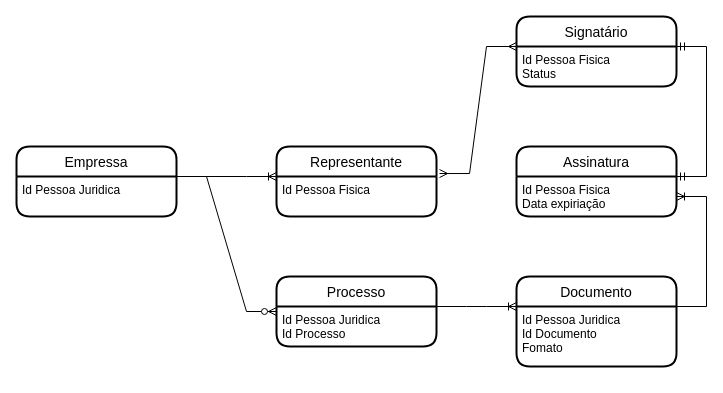
The draw.io diagram localstack/localstack-dynamodb-java/drawio/erd.drawio in jhegner/labs, before the edit. Source tidied: cells renumbered, new cells numbered last; positions are measured from the earlier drawing's top-left corner, leaving out a move shared by most shapes. Both pictures are drawn from the tidied source at 100%, with x=0, y=0 at pixel (16, 16).
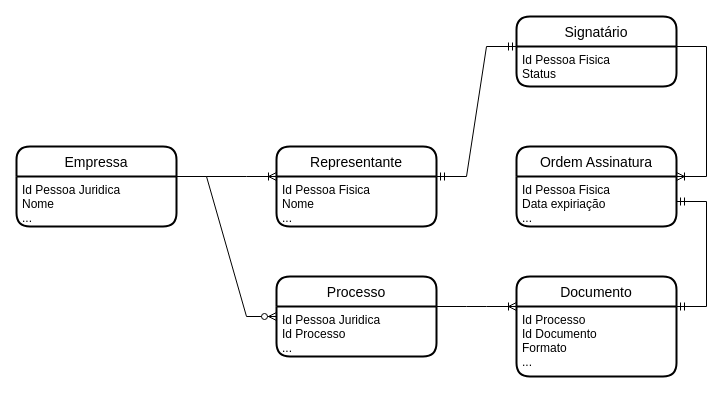
The same diagram, later.

Diff of the diagram source:
```diff
@@
 <mxGraphModel>
   <root>
     <mxCell id="0" />
     <mxCell id="1" parent="0" />
     <mxCell id="2" value="Empressa" style="swimlane;horizontal=1;startSize=30;rounded=1;fontSize=14;fontStyle=0;strokeWidth=2;shadow=0;dashed=0;align=center;" parent="1" vertex="1">
-      <mxGeometry y="130" width="160" height="70" as="geometry" />
+      <mxGeometry y="130" width="160" height="80" as="geometry" />
     </mxCell>
-    <mxCell id="3" value="Id Pessoa Juridica" style="align=left;strokeColor=none;fillColor=none;spacingLeft=4;fontSize=12;verticalAlign=top;" parent="2" vertex="1">
-      <mxGeometry y="30" width="160" height="40" as="geometry" />
+    <mxCell id="3" value="Id Pessoa Juridica&#10;Nome&#10;..." style="align=left;strokeColor=none;fillColor=none;spacingLeft=4;fontSize=12;verticalAlign=top;" parent="2" vertex="1">
+      <mxGeometry y="30" width="160" height="50" as="geometry" />
     </mxCell>
     <mxCell id="4" value="Representante" style="swimlane;horizontal=1;startSize=30;rounded=1;fontSize=14;fontStyle=0;strokeWidth=2;shadow=0;dashed=0;align=center;" parent="1" vertex="1">
-      <mxGeometry x="260" y="130" width="160" height="70" as="geometry" />
+      <mxGeometry x="260" y="130" width="160" height="80" as="geometry" />
     </mxCell>
-    <mxCell id="5" value="Id Pessoa Fisica" style="align=left;strokeColor=none;fillColor=none;spacingLeft=4;fontSize=12;verticalAlign=top;" parent="4" vertex="1">
-      <mxGeometry y="30" width="160" height="40" as="geometry" />
+    <mxCell id="5" value="Id Pessoa Fisica&#10;Nome&#10;..." style="align=left;strokeColor=none;fillColor=none;spacingLeft=4;fontSize=12;verticalAlign=top;" parent="4" vertex="1">
+      <mxGeometry y="30" width="160" height="50" as="geometry" />
     </mxCell>
     <mxCell id="6" style="edgeStyle=entityRelationEdgeStyle;fontSize=12;html=1;endArrow=ERoneToMany;rounded=0;entryX=0;entryY=0;entryDx=0;entryDy=0;exitX=1;exitY=0;exitDx=0;exitDy=0;" parent="1" edge="1" source="3" target="5">
       <mxGeometry relative="1" as="geometry" />
     </mxCell>
     <mxCell id="7" value="Processo" style="swimlane;horizontal=1;startSize=30;rounded=1;fontSize=14;fontStyle=0;strokeWidth=2;shadow=0;dashed=0;align=center;" parent="1" vertex="1">
-      <mxGeometry x="260" y="260" width="160" height="70" as="geometry" />
+      <mxGeometry x="260" y="260" width="160" height="80" as="geometry" />
     </mxCell>
-    <mxCell id="8" value="Id Pessoa Juridica&#10;Id Processo" style="align=left;strokeColor=none;fillColor=none;spacingLeft=4;fontSize=12;verticalAlign=top;" parent="7" vertex="1">
-      <mxGeometry y="30" width="160" height="40" as="geometry" />
+    <mxCell id="8" value="Id Pessoa Juridica&#10;Id Processo&#10;..." style="align=left;strokeColor=none;fillColor=none;spacingLeft=4;fontSize=12;verticalAlign=top;" parent="7" vertex="1">
+      <mxGeometry y="30" width="160" height="50" as="geometry" />
     </mxCell>
     <mxCell id="9" style="edgeStyle=entityRelationEdgeStyle;fontSize=12;html=1;endArrow=ERzeroToMany;endFill=1;rounded=0;entryX=0;entryY=0.5;entryDx=0;entryDy=0;exitX=1;exitY=0;exitDx=0;exitDy=0;" parent="1" edge="1" source="3" target="7">
       <mxGeometry relative="1" as="geometry" />
     </mxCell>
     <mxCell id="10" value="Documento" style="swimlane;horizontal=1;startSize=30;rounded=1;fontSize=14;fontStyle=0;strokeWidth=2;shadow=0;dashed=0;align=center;" parent="1" vertex="1">
-      <mxGeometry x="500" y="260" width="160" height="90" as="geometry" />
+      <mxGeometry x="500" y="260" width="160" height="100" as="geometry" />
     </mxCell>
-    <mxCell id="11" value="Id Pessoa Juridica&#10;Id Documento&#10;Fomato" style="align=left;strokeColor=none;fillColor=none;spacingLeft=4;fontSize=12;verticalAlign=top;" parent="10" vertex="1">
-      <mxGeometry y="30" width="160" height="60" as="geometry" />
+    <mxCell id="11" value="Id Processo&#10;Id Documento&#10;Formato&#10;..." style="align=left;strokeColor=none;fillColor=none;spacingLeft=4;fontSize=12;verticalAlign=top;" parent="10" vertex="1">
+      <mxGeometry y="30" width="160" height="70" as="geometry" />
     </mxCell>
     <mxCell id="12" style="edgeStyle=entityRelationEdgeStyle;fontSize=12;html=1;endArrow=ERoneToMany;rounded=0;exitX=1;exitY=0;exitDx=0;exitDy=0;entryX=0;entryY=0;entryDx=0;entryDy=0;" parent="1" edge="1" source="8" target="11">
       <mxGeometry relative="1" as="geometry" />
     </mxCell>
-    <mxCell id="13" value="Assinatura" style="swimlane;horizontal=1;startSize=30;rounded=1;fontSize=14;fontStyle=0;strokeWidth=2;shadow=0;dashed=0;align=center;" parent="1" vertex="1">
-      <mxGeometry x="500" y="130" width="160" height="70" as="geometry" />
+    <mxCell id="13" value="Ordem Assinatura" style="swimlane;horizontal=1;startSize=30;rounded=1;fontSize=14;fontStyle=0;strokeWidth=2;shadow=0;dashed=0;align=center;" parent="1" vertex="1">
+      <mxGeometry x="500" y="130" width="160" height="80" as="geometry" />
     </mxCell>
-    <mxCell id="14" value="Id Pessoa Fisica&#10;Data expiriação" style="align=left;strokeColor=none;fillColor=none;spacingLeft=4;fontSize=12;verticalAlign=top;" parent="13" vertex="1">
-      <mxGeometry y="30" width="160" height="40" as="geometry" />
+    <mxCell id="14" value="Id Pessoa Fisica&#10;Data expiriação&#10;..." style="align=left;strokeColor=none;fillColor=none;spacingLeft=4;fontSize=12;verticalAlign=top;" parent="13" vertex="1">
+      <mxGeometry y="30" width="160" height="50" as="geometry" />
     </mxCell>
     <mxCell id="15" value="Signatário" style="swimlane;horizontal=1;startSize=30;rounded=1;fontSize=14;fontStyle=0;strokeWidth=2;shadow=0;dashed=0;align=center;" parent="1" vertex="1">
       <mxGeometry x="500" width="160" height="70" as="geometry" />
     </mxCell>
     <mxCell id="16" value="Id Pessoa Fisica&#10;Status" style="align=left;strokeColor=none;fillColor=none;spacingLeft=4;fontSize=12;verticalAlign=top;" parent="15" vertex="1">
       <mxGeometry y="30" width="160" height="40" as="geometry" />
     </mxCell>
-    <mxCell id="17" style="edgeStyle=entityRelationEdgeStyle;fontSize=12;html=1;endArrow=ERmany;startArrow=ERmany;rounded=0;exitX=1.019;exitY=0.386;exitDx=0;exitDy=0;exitPerimeter=0;entryX=0;entryY=0;entryDx=0;entryDy=0;" parent="1" edge="1" source="4" target="16">
-      <mxGeometry relative="1" as="geometry" />
-    </mxCell>
-    <mxCell id="18" style="edgeStyle=entityRelationEdgeStyle;fontSize=12;html=1;endArrow=ERmandOne;startArrow=ERmandOne;rounded=0;entryX=1;entryY=0;entryDx=0;entryDy=0;exitX=1;exitY=0;exitDx=0;exitDy=0;" parent="1" edge="1" source="14" target="16">
-      <mxGeometry relative="1" as="geometry" />
-    </mxCell>
+    <mxCell id="20" style="edgeStyle=entityRelationEdgeStyle;fontSize=12;html=1;endArrow=ERmandOne;startArrow=ERmandOne;rounded=0;entryX=0;entryY=0;entryDx=0;entryDy=0;exitX=1;exitY=0;exitDx=0;exitDy=0;" parent="1" edge="1" source="5" target="16">
+      <mxGeometry relative="1" as="geometry" />
+    </mxCell>
+    <mxCell id="21" style="edgeStyle=entityRelationEdgeStyle;fontSize=12;html=1;endArrow=ERoneToMany;rounded=0;exitX=1;exitY=0;exitDx=0;exitDy=0;entryX=1;entryY=0;entryDx=0;entryDy=0;" parent="1" edge="1" source="16" target="14">
+      <mxGeometry relative="1" as="geometry" />
+    </mxCell>
-    <mxCell id="19" style="edgeStyle=entityRelationEdgeStyle;fontSize=12;html=1;endArrow=ERoneToMany;rounded=0;exitX=1;exitY=0;exitDx=0;exitDy=0;" parent="1" edge="1" source="11" target="14">
+    <mxCell id="19" style="edgeStyle=entityRelationEdgeStyle;fontSize=12;html=1;endArrow=ERmandOne;startArrow=ERmandOne;rounded=0;entryX=1;entryY=0.5;entryDx=0;entryDy=0;exitX=1;exitY=0;exitDx=0;exitDy=0;" parent="1" edge="1" source="11" target="14">
       <mxGeometry relative="1" as="geometry" />
     </mxCell>
   </root>
 </mxGraphModel>
```
